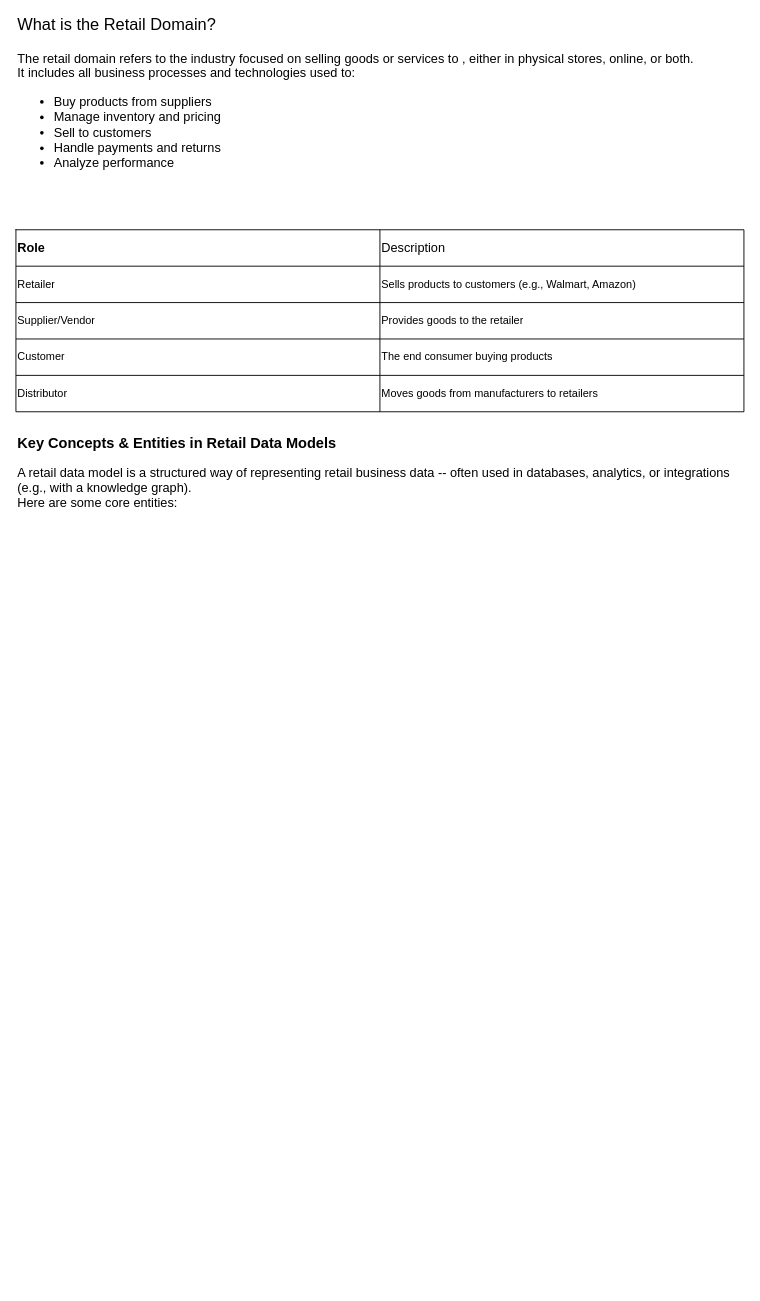
Before: Retail_Domain.drawio in tyk1hc/drawio, a draw.io diagram. Source tidied: cells renumbered, new cells numbered last; positions are measured from the earlier drawing's top-left corner, leaving out a move shared by most shapes. Both pictures are drawn from the tidied source at 91%, with x=0, y=0 at pixel (15, 20).
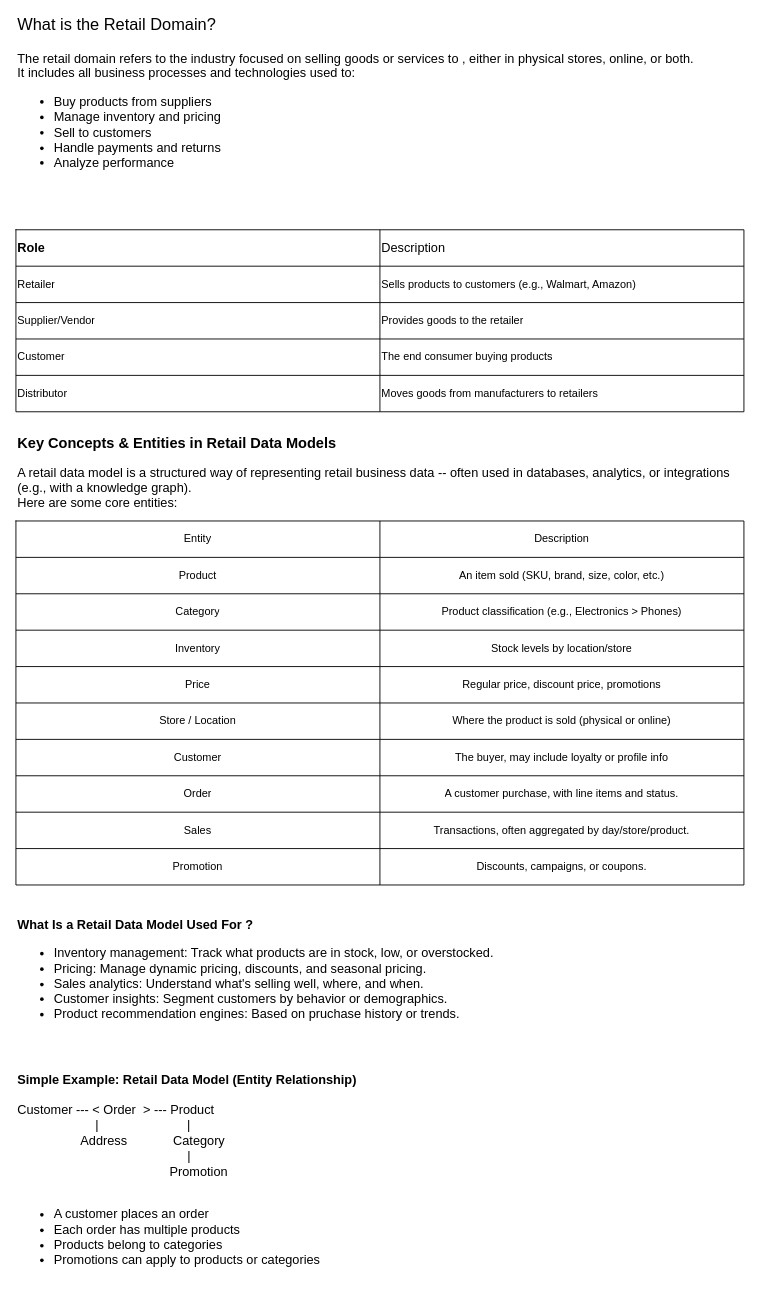
Above is the later version.

The edit, as a diff of the source:
```diff
@@
+    <mxCell id="20" style="shape=table;startSize=0;childLayout=tableLayout;" parent="1" vertex="1">
+      <mxGeometry y="550" width="800" height="400" as="geometry" />
+    </mxCell>
+    <mxCell id="21" style="shape=tableRow;horizontal=0;startSize=0;swimlaneHead=0;swimlaneBody=0;strokeColor=inherit;top=0;left=0;bottom=0;right=0;fillColor=none;" parent="20" vertex="1">
+      <mxGeometry width="800" height="40" as="geometry" />
+    </mxCell>
+    <mxCell id="22" value="Entity" style="shape=partialRectangle;html=1;whiteSpace=wrap;strokeColor=inherit;overflow=hidden;fillColor=none;top=0;left=0;bottom=0;right=0;" parent="21" vertex="1">
+      <mxGeometry width="400" height="40" as="geometry" />
+    </mxCell>
+    <mxCell id="23" value="Description" style="shape=partialRectangle;html=1;whiteSpace=wrap;strokeColor=inherit;overflow=hidden;fillColor=none;top=0;left=0;bottom=0;right=0;" parent="21" vertex="1">
+      <mxGeometry x="400" width="400" height="40" as="geometry" />
+    </mxCell>
+    <mxCell id="24" style="shape=tableRow;horizontal=0;startSize=0;swimlaneHead=0;swimlaneBody=0;strokeColor=inherit;top=0;left=0;bottom=0;right=0;fillColor=none;" parent="20" vertex="1">
+      <mxGeometry y="40" width="800" height="40" as="geometry" />
+    </mxCell>
+    <mxCell id="25" value="Product" style="shape=partialRectangle;html=1;whiteSpace=wrap;strokeColor=inherit;overflow=hidden;fillColor=none;top=0;left=0;bottom=0;right=0;" parent="24" vertex="1">
+      <mxGeometry width="400" height="40" as="geometry" />
+    </mxCell>
+    <mxCell id="26" value="An item sold (SKU, brand, size, color, etc.)" style="shape=partialRectangle;html=1;whiteSpace=wrap;strokeColor=inherit;overflow=hidden;fillColor=none;top=0;left=0;bottom=0;right=0;" parent="24" vertex="1">
+      <mxGeometry x="400" width="400" height="40" as="geometry" />
+    </mxCell>
+    <mxCell id="27" style="shape=tableRow;horizontal=0;startSize=0;swimlaneHead=0;swimlaneBody=0;strokeColor=inherit;top=0;left=0;bottom=0;right=0;fillColor=none;" parent="20" vertex="1">
+      <mxGeometry y="80" width="800" height="40" as="geometry" />
+    </mxCell>
+    <mxCell id="28" value="Category" style="shape=partialRectangle;html=1;whiteSpace=wrap;strokeColor=inherit;overflow=hidden;fillColor=none;top=0;left=0;bottom=0;right=0;" parent="27" vertex="1">
+      <mxGeometry width="400" height="40" as="geometry" />
+    </mxCell>
+    <mxCell id="29" value="Product classification (e.g., Electronics &amp;gt; Phones)" style="shape=partialRectangle;html=1;whiteSpace=wrap;strokeColor=inherit;overflow=hidden;fillColor=none;top=0;left=0;bottom=0;right=0;" parent="27" vertex="1">
+      <mxGeometry x="400" width="400" height="40" as="geometry" />
+    </mxCell>
+    <mxCell id="30" style="shape=tableRow;horizontal=0;startSize=0;swimlaneHead=0;swimlaneBody=0;strokeColor=inherit;top=0;left=0;bottom=0;right=0;fillColor=none;" parent="20" vertex="1">
+      <mxGeometry y="120" width="800" height="40" as="geometry" />
+    </mxCell>
+    <mxCell id="31" value="Inventory" style="shape=partialRectangle;html=1;whiteSpace=wrap;strokeColor=inherit;overflow=hidden;fillColor=none;top=0;left=0;bottom=0;right=0;" parent="30" vertex="1">
+      <mxGeometry width="400" height="40" as="geometry" />
+    </mxCell>
+    <mxCell id="32" value="Stock levels by location/store" style="shape=partialRectangle;html=1;whiteSpace=wrap;strokeColor=inherit;overflow=hidden;fillColor=none;top=0;left=0;bottom=0;right=0;" parent="30" vertex="1">
+      <mxGeometry x="400" width="400" height="40" as="geometry" />
+    </mxCell>
+    <mxCell id="33" style="shape=tableRow;horizontal=0;startSize=0;swimlaneHead=0;swimlaneBody=0;strokeColor=inherit;top=0;left=0;bottom=0;right=0;fillColor=none;" parent="20" vertex="1">
+      <mxGeometry y="160" width="800" height="40" as="geometry" />
+    </mxCell>
+    <mxCell id="34" value="Price" style="shape=partialRectangle;html=1;whiteSpace=wrap;strokeColor=inherit;overflow=hidden;fillColor=none;top=0;left=0;bottom=0;right=0;" parent="33" vertex="1">
+      <mxGeometry width="400" height="40" as="geometry" />
+    </mxCell>
+    <mxCell id="35" value="Regular price, discount price, promotions" style="shape=partialRectangle;html=1;whiteSpace=wrap;strokeColor=inherit;overflow=hidden;fillColor=none;top=0;left=0;bottom=0;right=0;" parent="33" vertex="1">
+      <mxGeometry x="400" width="400" height="40" as="geometry" />
+    </mxCell>
+    <mxCell id="36" style="shape=tableRow;horizontal=0;startSize=0;swimlaneHead=0;swimlaneBody=0;strokeColor=inherit;top=0;left=0;bottom=0;right=0;fillColor=none;" parent="20" vertex="1">
+      <mxGeometry y="200" width="800" height="40" as="geometry" />
+    </mxCell>
+    <mxCell id="37" value="Store / Location" style="shape=partialRectangle;html=1;whiteSpace=wrap;strokeColor=inherit;overflow=hidden;fillColor=none;top=0;left=0;bottom=0;right=0;" parent="36" vertex="1">
+      <mxGeometry width="400" height="40" as="geometry" />
+    </mxCell>
+    <mxCell id="38" value="Where the product is sold (physical or online)" style="shape=partialRectangle;html=1;whiteSpace=wrap;strokeColor=inherit;overflow=hidden;fillColor=none;top=0;left=0;bottom=0;right=0;" parent="36" vertex="1">
+      <mxGeometry x="400" width="400" height="40" as="geometry" />
+    </mxCell>
+    <mxCell id="39" style="shape=tableRow;horizontal=0;startSize=0;swimlaneHead=0;swimlaneBody=0;strokeColor=inherit;top=0;left=0;bottom=0;right=0;fillColor=none;" parent="20" vertex="1">
+      <mxGeometry y="240" width="800" height="40" as="geometry" />
+    </mxCell>
+    <mxCell id="40" value="Customer" style="shape=partialRectangle;html=1;whiteSpace=wrap;strokeColor=inherit;overflow=hidden;fillColor=none;top=0;left=0;bottom=0;right=0;" parent="39" vertex="1">
+      <mxGeometry width="400" height="40" as="geometry" />
+    </mxCell>
+    <mxCell id="41" value="The buyer, may include loyalty or profile info" style="shape=partialRectangle;html=1;whiteSpace=wrap;strokeColor=inherit;overflow=hidden;fillColor=none;top=0;left=0;bottom=0;right=0;" parent="39" vertex="1">
+      <mxGeometry x="400" width="400" height="40" as="geometry" />
+    </mxCell>
+    <mxCell id="42" style="shape=tableRow;horizontal=0;startSize=0;swimlaneHead=0;swimlaneBody=0;strokeColor=inherit;top=0;left=0;bottom=0;right=0;fillColor=none;" parent="20" vertex="1">
+      <mxGeometry y="280" width="800" height="40" as="geometry" />
+    </mxCell>
+    <mxCell id="43" value="Order" style="shape=partialRectangle;html=1;whiteSpace=wrap;strokeColor=inherit;overflow=hidden;fillColor=none;top=0;left=0;bottom=0;right=0;" parent="42" vertex="1">
+      <mxGeometry width="400" height="40" as="geometry" />
+    </mxCell>
+    <mxCell id="44" value="A customer purchase, with line items and status." style="shape=partialRectangle;html=1;whiteSpace=wrap;strokeColor=inherit;overflow=hidden;fillColor=none;top=0;left=0;bottom=0;right=0;" parent="42" vertex="1">
+      <mxGeometry x="400" width="400" height="40" as="geometry" />
+    </mxCell>
+    <mxCell id="45" style="shape=tableRow;horizontal=0;startSize=0;swimlaneHead=0;swimlaneBody=0;strokeColor=inherit;top=0;left=0;bottom=0;right=0;fillColor=none;" parent="20" vertex="1">
+      <mxGeometry y="320" width="800" height="40" as="geometry" />
+    </mxCell>
+    <mxCell id="46" value="Sales" style="shape=partialRectangle;html=1;whiteSpace=wrap;strokeColor=inherit;overflow=hidden;fillColor=none;top=0;left=0;bottom=0;right=0;" parent="45" vertex="1">
+      <mxGeometry width="400" height="40" as="geometry" />
+    </mxCell>
+    <mxCell id="47" value="Transactions, often aggregated by day/store/product." style="shape=partialRectangle;html=1;whiteSpace=wrap;strokeColor=inherit;overflow=hidden;fillColor=none;top=0;left=0;bottom=0;right=0;" parent="45" vertex="1">
+      <mxGeometry x="400" width="400" height="40" as="geometry" />
+    </mxCell>
+    <mxCell id="48" style="shape=tableRow;horizontal=0;startSize=0;swimlaneHead=0;swimlaneBody=0;strokeColor=inherit;top=0;left=0;bottom=0;right=0;fillColor=none;" parent="20" vertex="1">
+      <mxGeometry y="360" width="800" height="40" as="geometry" />
+    </mxCell>
+    <mxCell id="49" value="Promotion" style="shape=partialRectangle;html=1;whiteSpace=wrap;strokeColor=inherit;overflow=hidden;fillColor=none;top=0;left=0;bottom=0;right=0;" parent="48" vertex="1">
+      <mxGeometry width="400" height="40" as="geometry" />
+    </mxCell>
+    <mxCell id="50" value="Discounts, campaigns, or coupons." style="shape=partialRectangle;html=1;whiteSpace=wrap;strokeColor=inherit;overflow=hidden;fillColor=none;top=0;left=0;bottom=0;right=0;" parent="48" vertex="1">
+      <mxGeometry x="400" width="400" height="40" as="geometry" />
+    </mxCell>
+    <mxCell id="51" value="&lt;div&gt;&lt;b&gt;What Is a Retail Data Model Used For ?&lt;/b&gt;&lt;/div&gt;&lt;div&gt;&lt;ul&gt;&lt;li&gt;Inventory management: Track what products are in stock, low, or overstocked.&lt;/li&gt;&lt;li&gt;Pricing: Manage dynamic pricing, discounts, and seasonal pricing.&lt;/li&gt;&lt;li&gt;Sales analytics: Understand what's selling well, where, and when.&lt;/li&gt;&lt;li&gt;Customer insights: Segment customers by behavior or demographics.&lt;/li&gt;&lt;li&gt;Product recommendation engines: Based on pruchase history or trends.&lt;br&gt;&lt;/li&gt;&lt;/ul&gt;&lt;/div&gt;" style="text;html=1;align=left;verticalAlign=middle;whiteSpace=wrap;rounded=0;fontSize=14;" parent="1" vertex="1">
+      <mxGeometry y="990" width="800" height="120" as="geometry" />
+    </mxCell>
+    <mxCell id="52" value="&lt;div&gt;&lt;b&gt;Simple Example: Retail Data Model (Entity Relationship)&lt;/b&gt;&lt;/div&gt;&lt;div&gt;&lt;br&gt;&lt;/div&gt;&lt;div&gt;Customer --- &amp;lt; Order&amp;nbsp; &amp;gt; --- Product &lt;br&gt;&lt;/div&gt;&lt;div&gt;&amp;nbsp;&amp;nbsp;&amp;nbsp;&amp;nbsp;&amp;nbsp;&amp;nbsp;&amp;nbsp;&amp;nbsp;&amp;nbsp;&amp;nbsp;&amp;nbsp;&amp;nbsp;&amp;nbsp;&amp;nbsp;&amp;nbsp;&amp;nbsp;&amp;nbsp;&amp;nbsp;&amp;nbsp;&amp;nbsp;&amp;nbsp; |&amp;nbsp;&amp;nbsp;&amp;nbsp;&amp;nbsp;&amp;nbsp;&amp;nbsp;&amp;nbsp;&amp;nbsp;&amp;nbsp;&amp;nbsp;&amp;nbsp;&amp;nbsp;&amp;nbsp;&amp;nbsp;&amp;nbsp;&amp;nbsp;&amp;nbsp;&amp;nbsp;&amp;nbsp;&amp;nbsp;&amp;nbsp;&amp;nbsp;&amp;nbsp;&amp;nbsp; |&lt;/div&gt;&lt;div&gt;&amp;nbsp;&amp;nbsp;&amp;nbsp;&amp;nbsp;&amp;nbsp;&amp;nbsp;&amp;nbsp;&amp;nbsp;&amp;nbsp;&amp;nbsp;&amp;nbsp;&amp;nbsp;&amp;nbsp;&amp;nbsp;&amp;nbsp;&amp;nbsp;&amp;nbsp; Address&amp;nbsp;&amp;nbsp;&amp;nbsp;&amp;nbsp;&amp;nbsp;&amp;nbsp;&amp;nbsp;&amp;nbsp;&amp;nbsp;&amp;nbsp;&amp;nbsp;&amp;nbsp; Category&lt;br&gt;&amp;nbsp;&amp;nbsp;&amp;nbsp;&amp;nbsp;&amp;nbsp;&amp;nbsp;&amp;nbsp;&amp;nbsp;&amp;nbsp;&amp;nbsp;&amp;nbsp;&amp;nbsp;&amp;nbsp;&amp;nbsp;&amp;nbsp;&amp;nbsp;&amp;nbsp;&amp;nbsp;&amp;nbsp;&amp;nbsp;&amp;nbsp;&amp;nbsp;&amp;nbsp;&amp;nbsp;&amp;nbsp;&amp;nbsp;&amp;nbsp;&amp;nbsp;&amp;nbsp;&amp;nbsp;&amp;nbsp;&amp;nbsp;&amp;nbsp;&amp;nbsp;&amp;nbsp;&amp;nbsp;&amp;nbsp;&amp;nbsp;&amp;nbsp;&amp;nbsp;&amp;nbsp;&amp;nbsp;&amp;nbsp;&amp;nbsp;&amp;nbsp;&amp;nbsp;&amp;nbsp; |&lt;/div&gt;&lt;div&gt;&amp;nbsp;&amp;nbsp;&amp;nbsp;&amp;nbsp;&amp;nbsp;&amp;nbsp;&amp;nbsp;&amp;nbsp;&amp;nbsp;&amp;nbsp;&amp;nbsp;&amp;nbsp;&amp;nbsp;&amp;nbsp;&amp;nbsp;&amp;nbsp;&amp;nbsp;&amp;nbsp;&amp;nbsp;&amp;nbsp;&amp;nbsp;&amp;nbsp;&amp;nbsp;&amp;nbsp;&amp;nbsp;&amp;nbsp;&amp;nbsp;&amp;nbsp;&amp;nbsp;&amp;nbsp;&amp;nbsp;&amp;nbsp;&amp;nbsp;&amp;nbsp;&amp;nbsp;&amp;nbsp;&amp;nbsp;&amp;nbsp;&amp;nbsp;&amp;nbsp;&amp;nbsp;&amp;nbsp; Promotion&lt;/div&gt;&lt;div&gt;&lt;br&gt;&lt;/div&gt;&lt;div&gt;&lt;ul&gt;&lt;li&gt;A customer places an order&lt;/li&gt;&lt;li&gt;Each order has multiple products&lt;/li&gt;&lt;li&gt;Products belong to categories&lt;/li&gt;&lt;li&gt;Promotions can apply to products or categories&lt;br&gt;&lt;/li&gt;&lt;/ul&gt;&lt;/div&gt;" style="text;html=1;align=left;verticalAlign=middle;whiteSpace=wrap;rounded=0;fontSize=14;" parent="1" vertex="1">
+      <mxGeometry y="1150" width="790" height="240" as="geometry" />
+    </mxCell>
```
